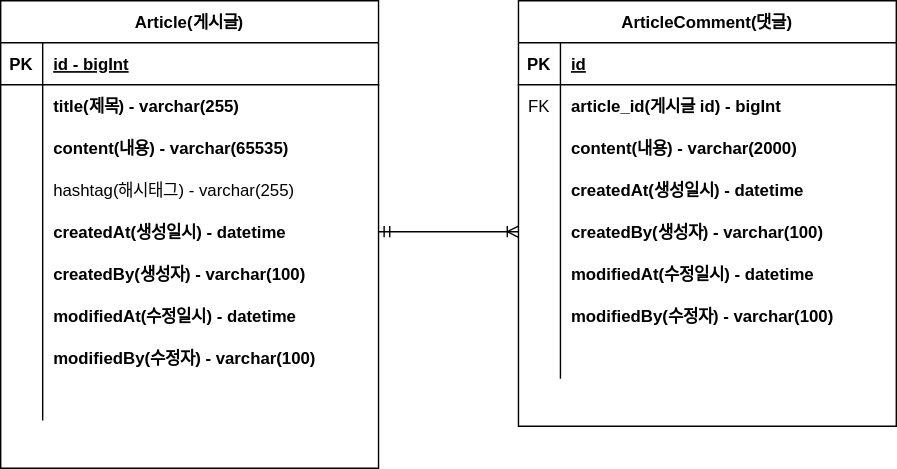
kimsangha617/board-project keeps this draw.io diagram as document/project-board-erd.svg. Above is the earlier version. Source tidied: cells renumbered, new cells last; positions are measured from the earlier drawing's top-left corner, leaving out a move shared by most shapes.
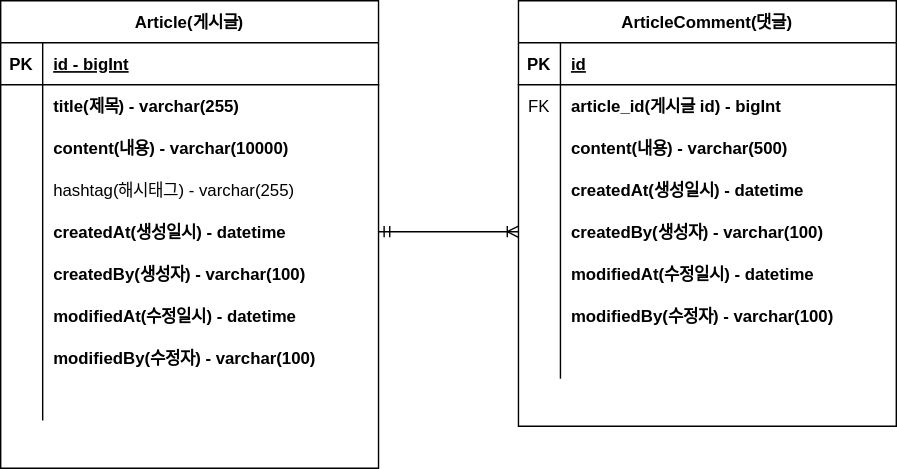
Later version of the same file.

Commit message:
#8 - erd update : content size change

Diff of the diagram source:
```diff
@@ -29,7 +29,7 @@
     <mxCell id="10" style="shape=partialRectangle;overflow=hidden;fillColor=none;top=0;left=0;bottom=0;right=0;" parent="9" vertex="1">
       <mxGeometry width="30" height="30" as="geometry" />
     </mxCell>
-    <mxCell id="11" value="content(내용) - varchar(65535)" style="shape=partialRectangle;overflow=hidden;fillColor=none;top=0;left=0;bottom=0;right=0;align=left;spacingLeft=6;fontStyle=1;" parent="9" vertex="1">
+    <mxCell id="11" value="content(내용) - varchar(10000)" style="shape=partialRectangle;overflow=hidden;fillColor=none;top=0;left=0;bottom=0;right=0;align=left;spacingLeft=6;fontStyle=1;" parent="9" vertex="1">
       <mxGeometry x="30" width="240" height="30" as="geometry" />
     </mxCell>
     <mxCell id="12" style="shape=partialRectangle;fillColor=none;top=0;left=0;right=0;bottom=0;" parent="2" vertex="1">
@@ -113,7 +113,7 @@
     <mxCell id="38" style="shape=partialRectangle;overflow=hidden;fillColor=none;top=0;left=0;bottom=0;right=0;" parent="37" vertex="1">
       <mxGeometry width="30" height="30" as="geometry" />
     </mxCell>
-    <mxCell id="39" value="content(내용) - varchar(2000)" style="shape=partialRectangle;overflow=hidden;fillColor=none;top=0;left=0;bottom=0;right=0;align=left;spacingLeft=6;fontStyle=1;" parent="37" vertex="1">
+    <mxCell id="39" value="content(내용) - varchar(500)" style="shape=partialRectangle;overflow=hidden;fillColor=none;top=0;left=0;bottom=0;right=0;align=left;spacingLeft=6;fontStyle=1;" parent="37" vertex="1">
       <mxGeometry x="30" width="240" height="30" as="geometry" />
     </mxCell>
     <mxCell id="40" style="shape=partialRectangle;fillColor=none;top=0;left=0;right=0;bottom=0;" parent="30" vertex="1">
```
